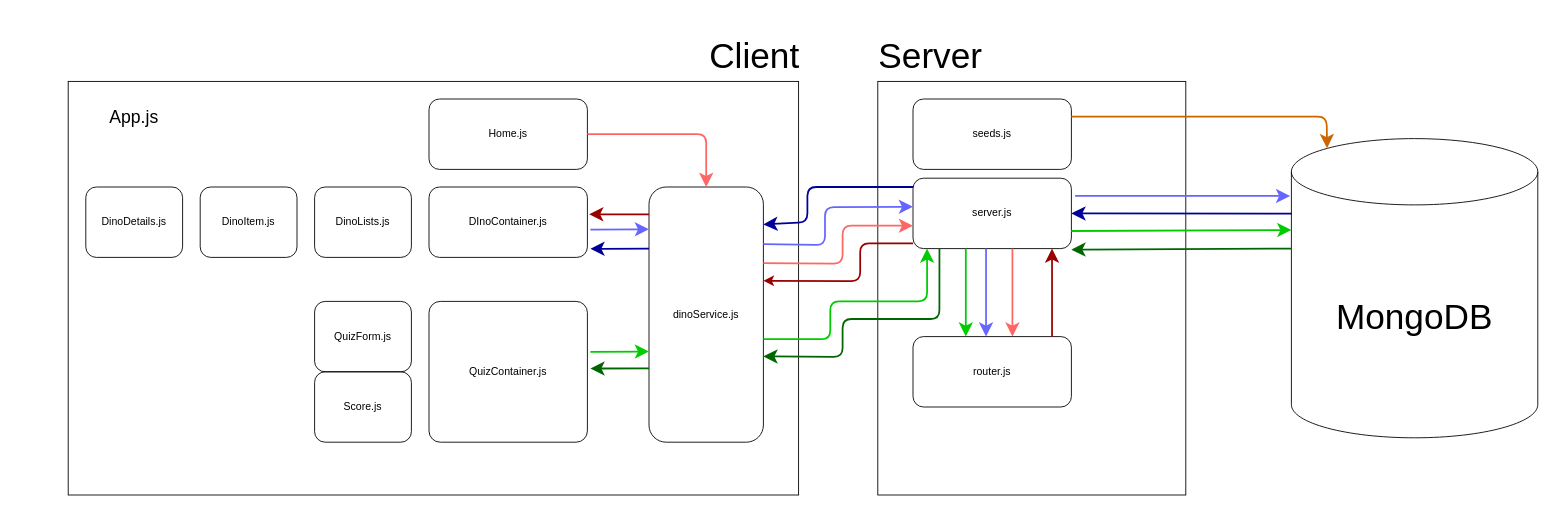
Before: docs/dino_app_dataflow_diagram.drawio in NateDawggWoof/dinosaurs_react_app, a draw.io diagram. Source tidied: cells renumbered, new cells numbered last; positions are measured from the earlier drawing's top-left corner, leaving out a move shared by most shapes. Both pictures are drawn from the tidied source at 88%, with x=0, y=0 at pixel (68, 46).
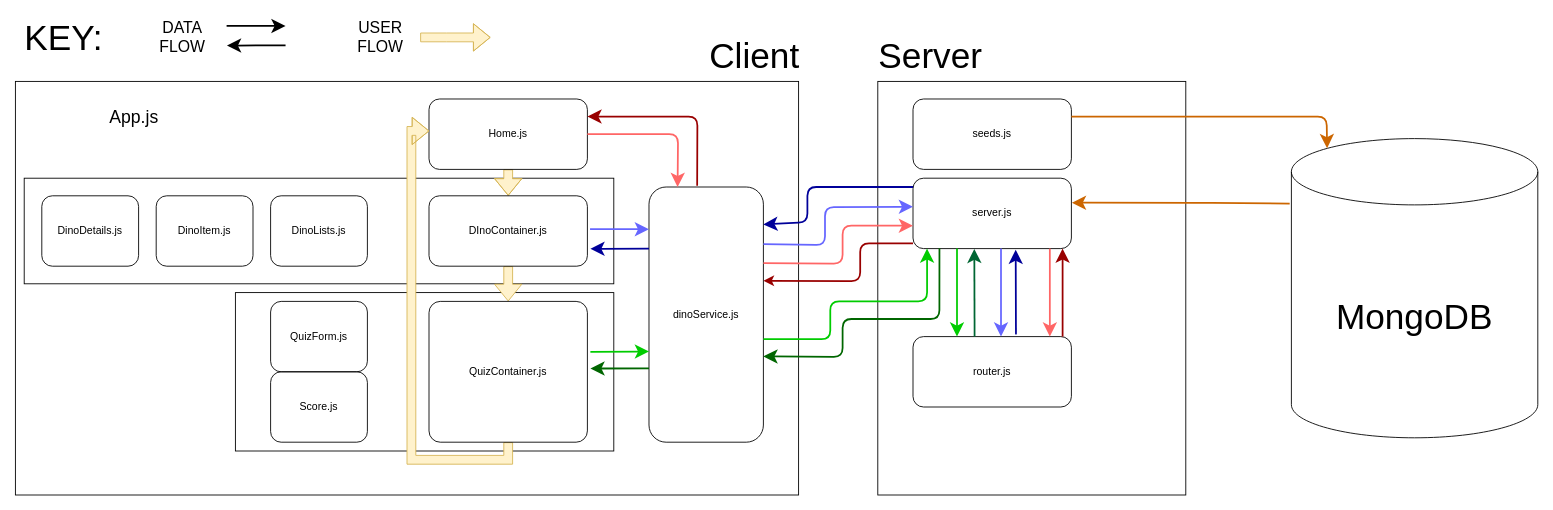
The same page after the edit.

Unchanged cells that the change refers to:
```xml
<mxCell id="4" value="&lt;font style=&quot;font-size: 40px&quot;&gt;MongoDB&lt;/font&gt;" style="shape=cylinder3;whiteSpace=wrap;html=1;boundedLbl=1;backgroundOutline=1;size=37.66668701171875;fillColor=none;" parent="1" vertex="1">
  <mxGeometry x="1390" y="105" width="280" height="340" as="geometry" />
</mxCell>
<mxCell id="6" value="Home.js" style="rounded=1;whiteSpace=wrap;html=1;fillColor=none;" parent="1" vertex="1">
  <mxGeometry x="410" y="60" width="180" height="80" as="geometry" />
</mxCell>
<mxCell id="9" value="dinoService.js" style="rounded=1;whiteSpace=wrap;html=1;fillColor=none;" parent="1" vertex="1">
  <mxGeometry x="660" y="160" width="130" height="290" as="geometry" />
</mxCell>
<mxCell id="10" value="QuizContainer.js" style="rounded=1;whiteSpace=wrap;html=1;fillColor=none;arcSize=8;" parent="1" vertex="1">
  <mxGeometry x="410" y="290" width="180" height="160" as="geometry" />
</mxCell>
<mxCell id="17" value="server.js" style="rounded=1;whiteSpace=wrap;html=1;fillColor=none;" parent="1" vertex="1">
  <mxGeometry x="960" y="150" width="180" height="80" as="geometry" />
</mxCell>
```

Diff of the diagram source:
```diff
@@
+    <mxCell id="41" style="rounded=0;whiteSpace=wrap;html=1;" parent="1" vertex="1">
+      <mxGeometry x="-50" y="150" width="670" height="120" as="geometry" />
+    </mxCell>
     <mxCell id="2" style="rounded=0;whiteSpace=wrap;html=1;fillColor=none;" parent="1" vertex="1">
-      <mxGeometry y="40" width="830" height="470" as="geometry" />
+      <mxGeometry x="-60" y="40" width="890" height="470" as="geometry" />
     </mxCell>
+    <mxCell id="42" style="rounded=0;whiteSpace=wrap;html=1;" parent="1" vertex="1">
+      <mxGeometry x="190" y="280" width="430" height="180" as="geometry" />
+    </mxCell>
@@
+    <mxCell id="43" style="edgeStyle=orthogonalEdgeStyle;shape=flexArrow;rounded=0;jettySize=auto;html=1;strokeColor=#d6b656;fillColor=#fff2cc;" parent="1" edge="1" source="6" target="7">
+      <mxGeometry relative="1" as="geometry" />
+    </mxCell>
@@
+    <mxCell id="44" style="edgeStyle=orthogonalEdgeStyle;shape=flexArrow;rounded=0;jettySize=auto;html=1;strokeColor=#d6b656;fillColor=#fff2cc;" parent="1" edge="1" source="7" target="10">
+      <mxGeometry relative="1" as="geometry" />
+    </mxCell>
     <mxCell id="7" value="DInoContainer.js" style="rounded=1;whiteSpace=wrap;html=1;fillColor=none;" parent="1" vertex="1">
-      <mxGeometry x="410" y="160" width="180" height="80" as="geometry" />
+      <mxGeometry x="410" y="170" width="180" height="80" as="geometry" />
     </mxCell>
     <mxCell id="8" value="DinoDetails.js" style="rounded=1;whiteSpace=wrap;html=1;fillColor=none;" parent="1" vertex="1">
-      <mxGeometry x="20" y="160" width="110" height="80" as="geometry" />
+      <mxGeometry x="-30" y="170" width="110" height="80" as="geometry" />
     </mxCell>
@@
+    <mxCell id="45" style="edgeStyle=orthogonalEdgeStyle;shape=flexArrow;rounded=0;jettySize=auto;html=1;exitX=0.5;exitY=1;exitDx=0;exitDy=0;strokeColor=#d6b656;entryX=0.002;entryY=0.454;entryDx=0;entryDy=0;entryPerimeter=0;fillColor=#fff2cc;" parent="1" edge="1" source="10" target="6">
+      <mxGeometry relative="1" as="geometry" />
+    </mxCell>
@@
     <mxCell id="11" value="QuizForm.js" style="rounded=1;whiteSpace=wrap;html=1;fillColor=none;" parent="1" vertex="1">
-      <mxGeometry x="280" y="290" width="110" height="80" as="geometry" />
+      <mxGeometry x="230" y="290" width="110" height="80" as="geometry" />
     </mxCell>
     <mxCell id="12" value="DinoItem.js" style="rounded=1;whiteSpace=wrap;html=1;fillColor=none;" parent="1" vertex="1">
-      <mxGeometry x="150" y="160" width="110" height="80" as="geometry" />
+      <mxGeometry x="100" y="170" width="110" height="80" as="geometry" />
     </mxCell>
     <mxCell id="13" value="DinoLists.js" style="rounded=1;whiteSpace=wrap;html=1;fillColor=none;" parent="1" vertex="1">
-      <mxGeometry x="280" y="160" width="110" height="80" as="geometry" />
+      <mxGeometry x="230" y="170" width="110" height="80" as="geometry" />
     </mxCell>
     <mxCell id="14" value="Score.js" style="rounded=1;whiteSpace=wrap;html=1;fillColor=none;" parent="1" vertex="1">
-      <mxGeometry x="280" y="370" width="110" height="80" as="geometry" />
+      <mxGeometry x="230" y="370" width="110" height="80" as="geometry" />
     </mxCell>
@@
-    <mxCell id="19" style="endArrow=classic;html=1;strokeWidth=2;endFill=1;endSize=10;exitX=1;exitY=0.5;exitDx=0;exitDy=0;entryX=0.5;entryY=0;entryDx=0;entryDy=0;strokeColor=#FF6666;" parent="1" edge="1" source="6" target="9">
+    <mxCell id="19" style="endArrow=classic;html=1;strokeWidth=2;endFill=1;endSize=10;exitX=1;exitY=0.5;exitDx=0;exitDy=0;entryX=0.25;entryY=0;entryDx=0;entryDy=0;strokeColor=#FF6666;" parent="1" edge="1" source="6" target="9">
       <mxGeometry relative="1" as="geometry">
         <Array as="points">
-          <mxPoint x="725" y="100" />
+          <mxPoint x="620" y="100" />
+          <mxPoint x="693" y="100" />
         </Array>
       </mxGeometry>
     </mxCell>
@@
     <mxCell id="21" style="endArrow=classic;html=1;strokeWidth=2;endFill=1;endSize=10;entryX=0.5;entryY=0;entryDx=0;entryDy=0;strokeColor=#FF6666;" parent="1" edge="1">
       <mxGeometry relative="1" as="geometry">
-        <mxPoint x="1073" y="230" as="sourcePoint" />
-        <mxPoint x="1073" y="330" as="targetPoint" />
+        <mxPoint x="1115.5" y="230" as="sourcePoint" />
+        <mxPoint x="1115.5" y="330" as="targetPoint" />
         <Array as="points">
-          <mxPoint x="1073" y="230" />
+          <mxPoint x="1115.5" y="230" />
         </Array>
       </mxGeometry>
     </mxCell>
     <mxCell id="22" style="endArrow=classic;html=1;endSize=10;strokeColor=#990000;strokeWidth=2;entryX=0.75;entryY=1;entryDx=0;entryDy=0;exitX=0.75;exitY=0;exitDx=0;exitDy=0;" parent="1" edge="1">
       <mxGeometry relative="1" as="geometry">
-        <mxPoint x="1118" y="330" as="sourcePoint" />
-        <mxPoint x="1118" y="230" as="targetPoint" />
+        <mxPoint x="1130" y="330" as="sourcePoint" />
+        <mxPoint x="1130" y="230" as="targetPoint" />
       </mxGeometry>
     </mxCell>
@@
-    <mxCell id="24" style="endArrow=classic;html=1;endSize=10;strokeColor=#990000;strokeWidth=2;" parent="1" edge="1">
-      <mxGeometry relative="1" as="geometry">
-        <mxPoint x="660" y="191" as="sourcePoint" />
-        <mxPoint x="592" y="191" as="targetPoint" />
-      </mxGeometry>
-    </mxCell>
-    <mxCell id="25" style="endArrow=classic;html=1;endSize=10;strokeWidth=2;exitX=1.019;exitY=0.604;exitDx=0;exitDy=0;exitPerimeter=0;strokeColor=#6666FF;" parent="1" edge="1" source="7">
+    <mxCell id="25" style="endArrow=classic;html=1;endSize=10;strokeWidth=2;strokeColor=#6666FF;" parent="1" edge="1">
       <mxGeometry relative="1" as="geometry">
+        <mxPoint x="593" y="208" as="sourcePoint" />
         <mxPoint x="660" y="208" as="targetPoint" />
       </mxGeometry>
     </mxCell>
@@
     <mxCell id="27" style="endArrow=classic;html=1;strokeWidth=2;endFill=1;endSize=10;entryX=0.5;entryY=0;entryDx=0;entryDy=0;strokeColor=#6666FF;" parent="1" edge="1">
       <mxGeometry relative="1" as="geometry">
-        <mxPoint x="1043" y="230" as="sourcePoint" />
-        <mxPoint x="1043" y="330" as="targetPoint" />
+        <mxPoint x="1060" y="230" as="sourcePoint" />
+        <mxPoint x="1060" y="330" as="targetPoint" />
         <Array as="points">
-          <mxPoint x="1043" y="230" />
+          <mxPoint x="1060" y="230" />
+          <mxPoint x="1060" y="270" />
         </Array>
       </mxGeometry>
     </mxCell>
-    <mxCell id="28" style="endArrow=classic;html=1;strokeWidth=2;endFill=1;endSize=10;entryX=-0.005;entryY=0.192;entryDx=0;entryDy=0;strokeColor=#6666FF;entryPerimeter=0;" parent="1" edge="1" target="4">
-      <mxGeometry relative="1" as="geometry">
-        <mxPoint x="1340" y="170" as="sourcePoint" />
-        <Array as="points">
-          <mxPoint x="1140" y="170" />
-          <mxPoint x="1340" y="170" />
-        </Array>
-      </mxGeometry>
-    </mxCell>
-    <mxCell id="29" style="endArrow=classic;html=1;endSize=10;strokeColor=#000099;strokeWidth=2;entryX=1;entryY=0.5;entryDx=0;entryDy=0;exitX=0.002;exitY=0.251;exitDx=0;exitDy=0;exitPerimeter=0;" parent="1" edge="1" source="4" target="17">
-      <mxGeometry relative="1" as="geometry" />
-    </mxCell>
@@
     <mxCell id="35" style="endArrow=classic;html=1;strokeWidth=2;endFill=1;endSize=10;entryX=0.5;entryY=0;entryDx=0;entryDy=0;strokeColor=#00CC00;" parent="1" edge="1">
       <mxGeometry relative="1" as="geometry">
-        <mxPoint x="1020" y="230" as="sourcePoint" />
-        <mxPoint x="1020" y="330" as="targetPoint" />
+        <mxPoint x="1010" y="230" as="sourcePoint" />
+        <mxPoint x="1010" y="330" as="targetPoint" />
         <Array as="points">
-          <mxPoint x="1020" y="230" />
+          <mxPoint x="1010" y="230" />
         </Array>
       </mxGeometry>
     </mxCell>
-    <mxCell id="36" style="endArrow=classic;html=1;startSize=10;endSize=10;strokeColor=#00CC00;strokeWidth=2;exitX=1;exitY=0.75;exitDx=0;exitDy=0;entryX=0;entryY=0;entryDx=0;entryDy=103.83334350585938;entryPerimeter=0;" parent="1" edge="1" source="17" target="4">
-      <mxGeometry relative="1" as="geometry" />
-    </mxCell>
-    <mxCell id="37" style="endArrow=none;html=1;startSize=10;endSize=10;strokeWidth=2;exitX=1;exitY=0.75;exitDx=0;exitDy=0;entryX=0;entryY=0;entryDx=0;entryDy=103.83334350585938;entryPerimeter=0;startArrow=classic;startFill=1;endFill=0;strokeColor=#006600;" parent="1" edge="1">
-      <mxGeometry relative="1" as="geometry">
-        <mxPoint x="1140" y="231.2" as="sourcePoint" />
-        <mxPoint x="1390" y="230" as="targetPoint" />
-      </mxGeometry>
-    </mxCell>
@@
+    <mxCell id="46" style="endArrow=classic;html=1;strokeWidth=2;endFill=1;endSize=10;entryX=0.554;entryY=1.015;entryDx=0;entryDy=0;entryPerimeter=0;strokeColor=#000099;" parent="1" edge="1">
+      <mxGeometry relative="1" as="geometry">
+        <mxPoint x="1077" y="320" as="sourcePoint" />
+        <mxPoint x="1076.7" y="231.2" as="targetPoint" />
+        <Array as="points">
+          <mxPoint x="1077" y="330" />
+        </Array>
+      </mxGeometry>
+    </mxCell>
+    <mxCell id="29" style="endArrow=classic;html=1;startSize=10;endSize=10;strokeWidth=2;entryX=1.003;entryY=0.348;entryDx=0;entryDy=0;entryPerimeter=0;strokeColor=#CC6600;exitX=-0.007;exitY=0.217;exitDx=0;exitDy=0;exitPerimeter=0;" parent="1" edge="1" source="4" target="17">
+      <mxGeometry relative="1" as="geometry">
+        <Array as="points">
+          <mxPoint x="1290" y="178" />
+        </Array>
+      </mxGeometry>
+    </mxCell>
+    <mxCell id="47" style="endArrow=classic;html=1;strokeWidth=2;endFill=1;endSize=10;entryX=0.387;entryY=1.004;entryDx=0;entryDy=0;entryPerimeter=0;strokeColor=#006633;" parent="1" edge="1" target="17">
+      <mxGeometry relative="1" as="geometry">
+        <mxPoint x="1030" y="330" as="sourcePoint" />
+        <Array as="points">
+          <mxPoint x="1030" y="330" />
+        </Array>
+      </mxGeometry>
+    </mxCell>
+    <mxCell id="48" style="endArrow=classic;html=1;strokeWidth=2;endFill=1;endSize=10;entryX=1;entryY=0.25;entryDx=0;entryDy=0;exitX=0.421;exitY=-0.005;exitDx=0;exitDy=0;exitPerimeter=0;strokeColor=#990000;" parent="1" edge="1" source="9" target="6">
+      <mxGeometry relative="1" as="geometry">
+        <Array as="points">
+          <mxPoint x="715" y="80" />
+        </Array>
+      </mxGeometry>
+    </mxCell>
+    <mxCell id="49" style="shape=flexArrow;endArrow=classic;html=1;strokeColor=#d6b656;fillColor=#fff2cc;" parent="1" edge="1">
+      <mxGeometry relative="1" as="geometry">
+        <mxPoint x="400" y="-10" as="sourcePoint" />
+        <mxPoint x="480" y="-10" as="targetPoint" />
+        <Array as="points">
+          <mxPoint x="430" y="-10" />
+        </Array>
+      </mxGeometry>
+    </mxCell>
+    <mxCell id="50" value="&lt;font style=&quot;font-size: 18px&quot;&gt;USER FLOW&lt;/font&gt;" style="text;html=1;strokeColor=none;fillColor=none;align=center;verticalAlign=middle;whiteSpace=wrap;rounded=0;" parent="1" vertex="1">
+      <mxGeometry x="320" y="-20" width="70" height="20" as="geometry" />
+    </mxCell>
+    <mxCell id="51" style="endArrow=classic;html=1;endSize=10;strokeWidth=2;" parent="1" edge="1">
+      <mxGeometry relative="1" as="geometry">
+        <mxPoint x="180" y="-23" as="sourcePoint" />
+        <mxPoint x="247" y="-23" as="targetPoint" />
+      </mxGeometry>
+    </mxCell>
+    <mxCell id="52" style="endArrow=none;html=1;endSize=10;strokeWidth=2;exitX=1.019;exitY=0.604;exitDx=0;exitDy=0;exitPerimeter=0;startArrow=classic;startFill=1;endFill=0;startSize=10;" parent="1" edge="1">
+      <mxGeometry relative="1" as="geometry">
+        <mxPoint x="180.4" y="-0.7" as="sourcePoint" />
+        <mxPoint x="247" y="-1" as="targetPoint" />
+      </mxGeometry>
+    </mxCell>
+    <mxCell id="53" value="&lt;font style=&quot;font-size: 18px&quot;&gt;DATA FLOW&lt;/font&gt;" style="text;html=1;strokeColor=none;fillColor=none;align=center;verticalAlign=middle;whiteSpace=wrap;rounded=0;" parent="1" vertex="1">
+      <mxGeometry x="95" y="-20" width="70" height="20" as="geometry" />
+    </mxCell>
+    <mxCell id="54" value="&lt;font style=&quot;font-size: 40px&quot;&gt;KEY:&lt;/font&gt;" style="text;html=1;strokeColor=none;fillColor=none;align=center;verticalAlign=middle;whiteSpace=wrap;rounded=0;" parent="1" vertex="1">
+      <mxGeometry x="-40" y="-20" width="70" height="20" as="geometry" />
+    </mxCell>
```
